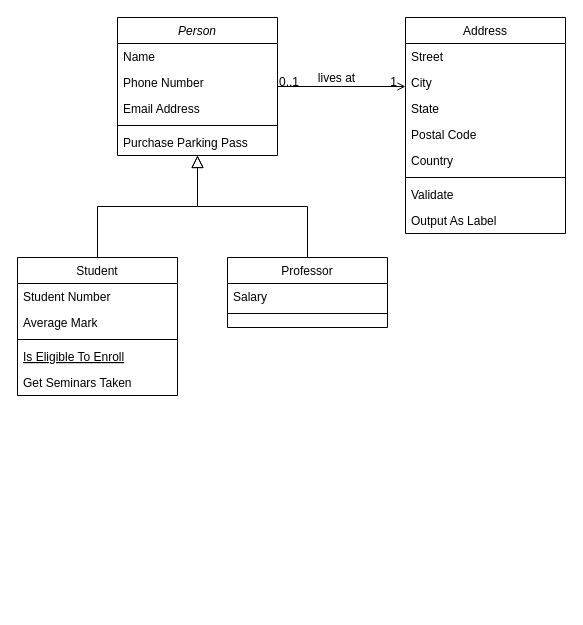
Earlier version of the draw.io diagram classDiagram.drawio (hjee02018/UML). Source tidied: cells renumbered, new cells numbered last; positions are measured from the earlier drawing's top-left corner, leaving out a move shared by most shapes. Both pictures are drawn from the tidied source at 100%, with x=0, y=0 at pixel (17, 17).
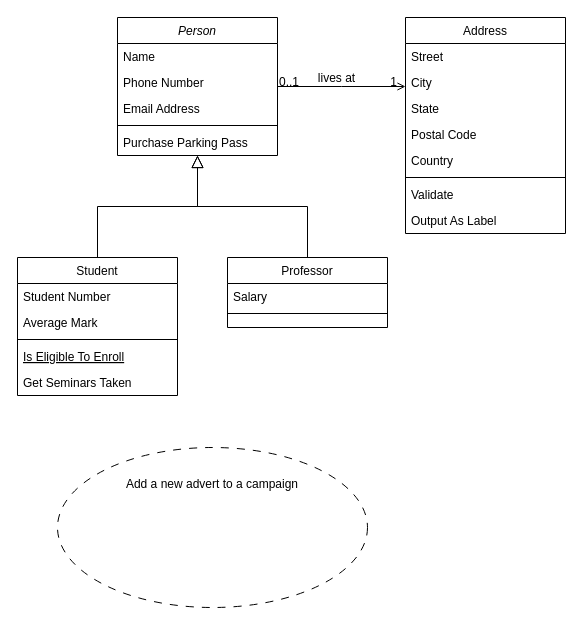
The same page after the edit.

Change to the diagram source:
```diff
@@
+    <mxCell id="32" value="Add a new advert to a campaign&lt;br&gt;&lt;br&gt;&lt;br&gt;&lt;br&gt;&lt;br&gt;&lt;br&gt;&lt;br&gt;" style="ellipse;whiteSpace=wrap;html=1;dashed=1;dashPattern=8 8;" parent="1" vertex="1">
+      <mxGeometry x="40" y="430" width="310" height="160" as="geometry" />
+    </mxCell>
```
